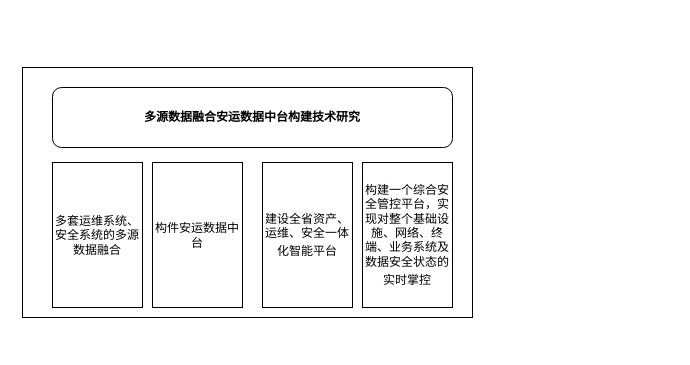
The draw.io diagram page "Page-1" (1 of 3) of drawio/多源.drawio in raingnight/Blog_Pic, before the edit. Source tidied: cells renumbered, new cells numbered last; positions are measured from the earlier drawing's top-left corner, leaving out a move shared by most shapes. Both pictures are drawn from the tidied source at 100%, with x=0, y=0 at pixel (22, 67).
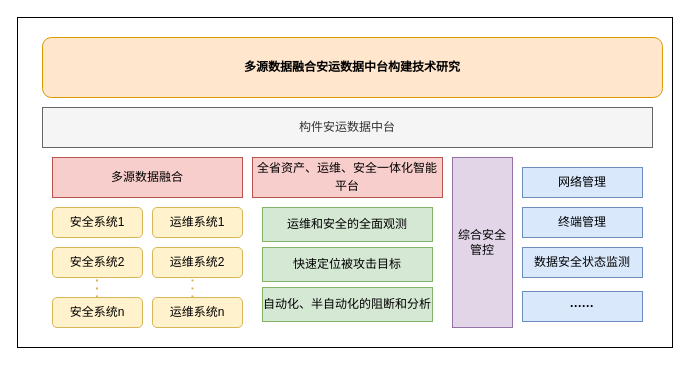
After the change.

Change to the diagram source:
```diff
@@
     <mxCell id="2" style="rounded=0;whiteSpace=wrap;html=1;" parent="1" vertex="1">
-      <mxGeometry width="450" height="250" as="geometry" />
+      <mxGeometry x="-5" y="-50" width="655" height="330" as="geometry" />
     </mxCell>
-    <mxCell id="3" value="&lt;b&gt;多源数据融合安运数据中台构建技术研究&lt;/b&gt;" style="rounded=1;whiteSpace=wrap;html=1;" parent="1" vertex="1">
-      <mxGeometry x="30" y="20" width="400" height="60" as="geometry" />
+    <mxCell id="3" value="&lt;b&gt;多源数据融合安运数据中台构建技术研究&lt;/b&gt;" style="rounded=1;whiteSpace=wrap;html=1;fillColor=#ffe6cc;strokeColor=#d79b00;" parent="1" vertex="1">
+      <mxGeometry x="20" y="-30" width="620" height="60" as="geometry" />
     </mxCell>
-    <mxCell id="4" value="多套运维系统、安全系统的多源数据融合" style="rounded=0;whiteSpace=wrap;html=1;" parent="1" vertex="1">
-      <mxGeometry x="30" y="95" width="90" height="145" as="geometry" />
+    <mxCell id="4" value="多源数据融合" style="rounded=0;whiteSpace=wrap;html=1;fillColor=#f8cecc;strokeColor=#b85450;" parent="1" vertex="1">
+      <mxGeometry x="30" y="90" width="190" height="40" as="geometry" />
     </mxCell>
-    <mxCell id="5" value="构件安运数据中台" style="rounded=0;whiteSpace=wrap;html=1;" parent="1" vertex="1">
-      <mxGeometry x="130" y="95" width="90" height="145" as="geometry" />
+    <mxCell id="5" value="构件安运数据中台" style="rounded=0;whiteSpace=wrap;html=1;fillColor=#f5f5f5;strokeColor=#666666;fontColor=#333333;" parent="1" vertex="1">
+      <mxGeometry x="20" y="40" width="610" height="40" as="geometry" />
     </mxCell>
-    <mxCell id="6" value="建设全省资产、运维、安全一体化智能平台&lt;span style=&quot;font-size:12.0pt;mso-bidi-font-size:10.0pt;&lt;br/&gt;font-family:宋体;mso-bidi-font-family:宋体;mso-font-kerning:1.0pt;mso-ansi-language:&lt;br/&gt;EN-US;mso-fareast-language:ZH-CN;mso-bidi-language:AR-SA&quot;&gt;&lt;/span&gt;" style="rounded=0;whiteSpace=wrap;html=1;" parent="1" vertex="1">
-      <mxGeometry x="240" y="95" width="90" height="145" as="geometry" />
+    <mxCell id="6" value="全省资产、运维、安全一体化智能平台&lt;span style=&quot;font-size:12.0pt;mso-bidi-font-size:10.0pt;&lt;br/&gt;font-family:宋体;mso-bidi-font-family:宋体;mso-font-kerning:1.0pt;mso-ansi-language:&lt;br/&gt;EN-US;mso-fareast-language:ZH-CN;mso-bidi-language:AR-SA&quot;&gt;&lt;/span&gt;" style="rounded=0;whiteSpace=wrap;html=1;fillColor=#f8cecc;strokeColor=#b85450;" parent="1" vertex="1">
+      <mxGeometry x="230" y="90" width="190" height="40" as="geometry" />
     </mxCell>
-    <mxCell id="7" value="构建一个综合安全管控平台，实现对整个基础设施、网络、终端、业务系统及数据安全状态的实时掌控&lt;span style=&quot;font-size:12.0pt;mso-bidi-font-size:10.0pt;&lt;br/&gt;font-family:宋体;mso-bidi-font-family:宋体;mso-font-kerning:1.0pt;mso-ansi-language:&lt;br/&gt;EN-US;mso-fareast-language:ZH-CN;mso-bidi-language:AR-SA&quot;&gt;&lt;/span&gt;" style="rounded=0;whiteSpace=wrap;html=1;" parent="1" vertex="1">
-      <mxGeometry x="340" y="95" width="90" height="145" as="geometry" />
-    </mxCell>
+    <mxCell id="8" value="安全系统1" style="rounded=1;whiteSpace=wrap;html=1;fillColor=#fff2cc;strokeColor=#d6b656;" parent="1" vertex="1">
+      <mxGeometry x="30" y="140" width="90" height="30" as="geometry" />
+    </mxCell>
+    <mxCell id="9" value="运维系统1" style="rounded=1;whiteSpace=wrap;html=1;fillColor=#fff2cc;strokeColor=#d6b656;" parent="1" vertex="1">
+      <mxGeometry x="130" y="140" width="90" height="30" as="geometry" />
+    </mxCell>
+    <mxCell id="10" value="安全系统2" style="rounded=1;whiteSpace=wrap;html=1;fillColor=#fff2cc;strokeColor=#d6b656;" parent="1" vertex="1">
+      <mxGeometry x="30" y="180" width="90" height="30" as="geometry" />
+    </mxCell>
+    <mxCell id="11" value="运维系统2" style="rounded=1;whiteSpace=wrap;html=1;fillColor=#fff2cc;strokeColor=#d6b656;" parent="1" vertex="1">
+      <mxGeometry x="130" y="180" width="90" height="30" as="geometry" />
+    </mxCell>
+    <mxCell id="12" value="安全系统n" style="rounded=1;whiteSpace=wrap;html=1;fillColor=#fff2cc;strokeColor=#d6b656;" parent="1" vertex="1">
+      <mxGeometry x="30" y="230" width="90" height="30" as="geometry" />
+    </mxCell>
+    <mxCell id="13" value="运维系统n" style="rounded=1;whiteSpace=wrap;html=1;fillColor=#fff2cc;strokeColor=#d6b656;" parent="1" vertex="1">
+      <mxGeometry x="130" y="230" width="90" height="30" as="geometry" />
+    </mxCell>
+    <mxCell id="14" style="endArrow=none;dashed=1;html=1;dashPattern=1 3;strokeWidth=2;rounded=0;fillColor=#fff2cc;strokeColor=#d6b656;" parent="1" edge="1">
+      <mxGeometry relative="1" as="geometry">
+        <mxPoint x="74.5" y="230" as="sourcePoint" />
+        <mxPoint x="74.5" y="210" as="targetPoint" />
+      </mxGeometry>
+    </mxCell>
+    <mxCell id="15" style="endArrow=none;dashed=1;html=1;dashPattern=1 3;strokeWidth=2;rounded=0;fillColor=#fff2cc;strokeColor=#d6b656;" parent="1" edge="1">
+      <mxGeometry relative="1" as="geometry">
+        <mxPoint x="170" y="230" as="sourcePoint" />
+        <mxPoint x="170" y="210" as="targetPoint" />
+      </mxGeometry>
+    </mxCell>
+    <mxCell id="16" value="运维和安全的全面观测" style="rounded=0;whiteSpace=wrap;html=1;fillColor=#d5e8d4;strokeColor=#82b366;" parent="1" vertex="1">
+      <mxGeometry x="240" y="140" width="170" height="34" as="geometry" />
+    </mxCell>
+    <mxCell id="17" value="快速定位被攻击目标" style="rounded=0;whiteSpace=wrap;html=1;fillColor=#d5e8d4;strokeColor=#82b366;" parent="1" vertex="1">
+      <mxGeometry x="240" y="180" width="170" height="34" as="geometry" />
+    </mxCell>
+    <mxCell id="18" value="自动化、半自动化的阻断和分析" style="rounded=0;whiteSpace=wrap;html=1;fillColor=#d5e8d4;strokeColor=#82b366;" parent="1" vertex="1">
+      <mxGeometry x="240" y="220" width="170" height="34" as="geometry" />
+    </mxCell>
+    <mxCell id="19" value="综合安全管控" style="rounded=0;whiteSpace=wrap;html=1;fillColor=#e1d5e7;strokeColor=#9673a6;" parent="1" vertex="1">
+      <mxGeometry x="430" y="90" width="60" height="170" as="geometry" />
+    </mxCell>
+    <mxCell id="20" value="网络管理" style="rounded=0;whiteSpace=wrap;html=1;fillColor=#dae8fc;strokeColor=#6c8ebf;" parent="1" vertex="1">
+      <mxGeometry x="500" y="100" width="120" height="30" as="geometry" />
+    </mxCell>
+    <mxCell id="21" value="终端管理" style="rounded=0;whiteSpace=wrap;html=1;fillColor=#dae8fc;strokeColor=#6c8ebf;" parent="1" vertex="1">
+      <mxGeometry x="500" y="140" width="120" height="30" as="geometry" />
+    </mxCell>
+    <mxCell id="22" value="数据安全状态监测" style="rounded=0;whiteSpace=wrap;html=1;fillColor=#dae8fc;strokeColor=#6c8ebf;" parent="1" vertex="1">
+      <mxGeometry x="500" y="180" width="120" height="30" as="geometry" />
+    </mxCell>
+    <mxCell id="23" value="&lt;b&gt;······&lt;/b&gt;" style="rounded=0;whiteSpace=wrap;html=1;fillColor=#dae8fc;strokeColor=#6c8ebf;" parent="1" vertex="1">
+      <mxGeometry x="500" y="224" width="120" height="30" as="geometry" />
+    </mxCell>
```
